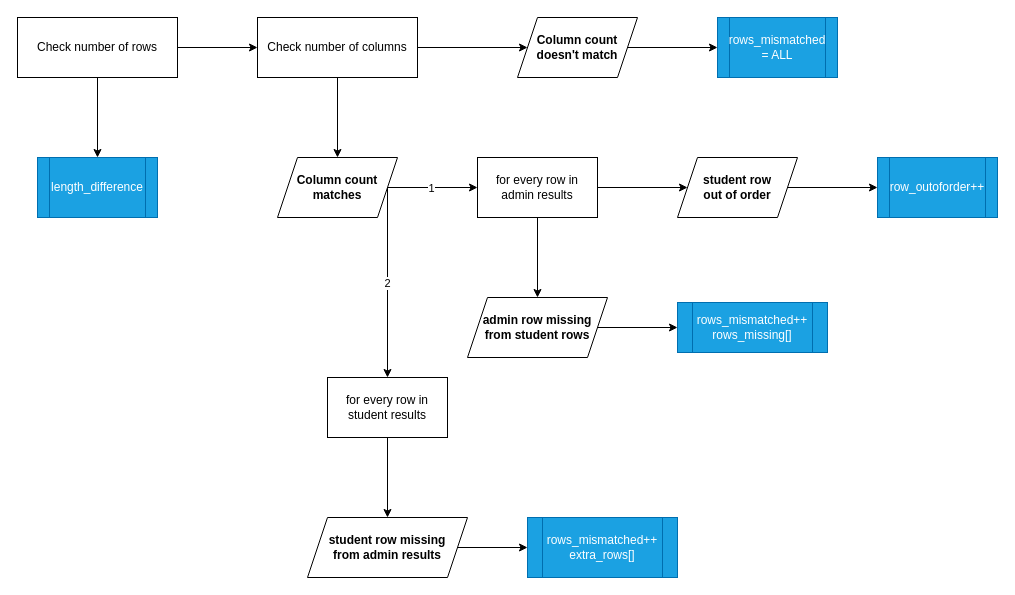
robertdroptablestudents/robertdroptablestudents.github.io keeps this draw.io diagram as assets/diagrams/querycomparison.drawio. Above is the earlier version. Source tidied: cells renumbered, new cells numbered last; positions are measured from the earlier drawing's top-left corner, leaving out a move shared by most shapes. Both pictures are drawn from the tidied source at 100%, with x=0, y=0 at pixel (17, 17).
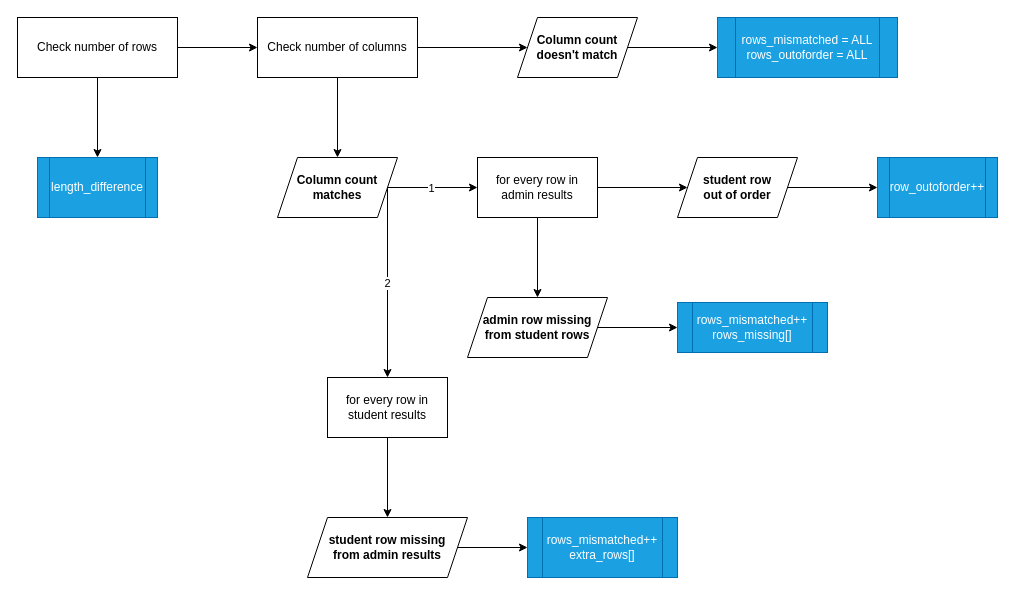
After the change.

What changed in the source:
```diff
@@
-    <mxCell id="17" value="rows_mismatched = ALL" style="shape=process;whiteSpace=wrap;html=1;backgroundOutline=1;rounded=0;fillColor=#1ba1e2;strokeColor=#006EAF;fontColor=#ffffff;" parent="1" vertex="1">
-      <mxGeometry x="700" width="120" height="60" as="geometry" />
+    <mxCell id="17" value="rows_mismatched = ALL&lt;br&gt;rows_outoforder = ALL" style="shape=process;whiteSpace=wrap;html=1;backgroundOutline=1;rounded=0;fillColor=#1ba1e2;strokeColor=#006EAF;fontColor=#ffffff;" parent="1" vertex="1">
+      <mxGeometry x="700" width="180" height="60" as="geometry" />
     </mxCell>
```
